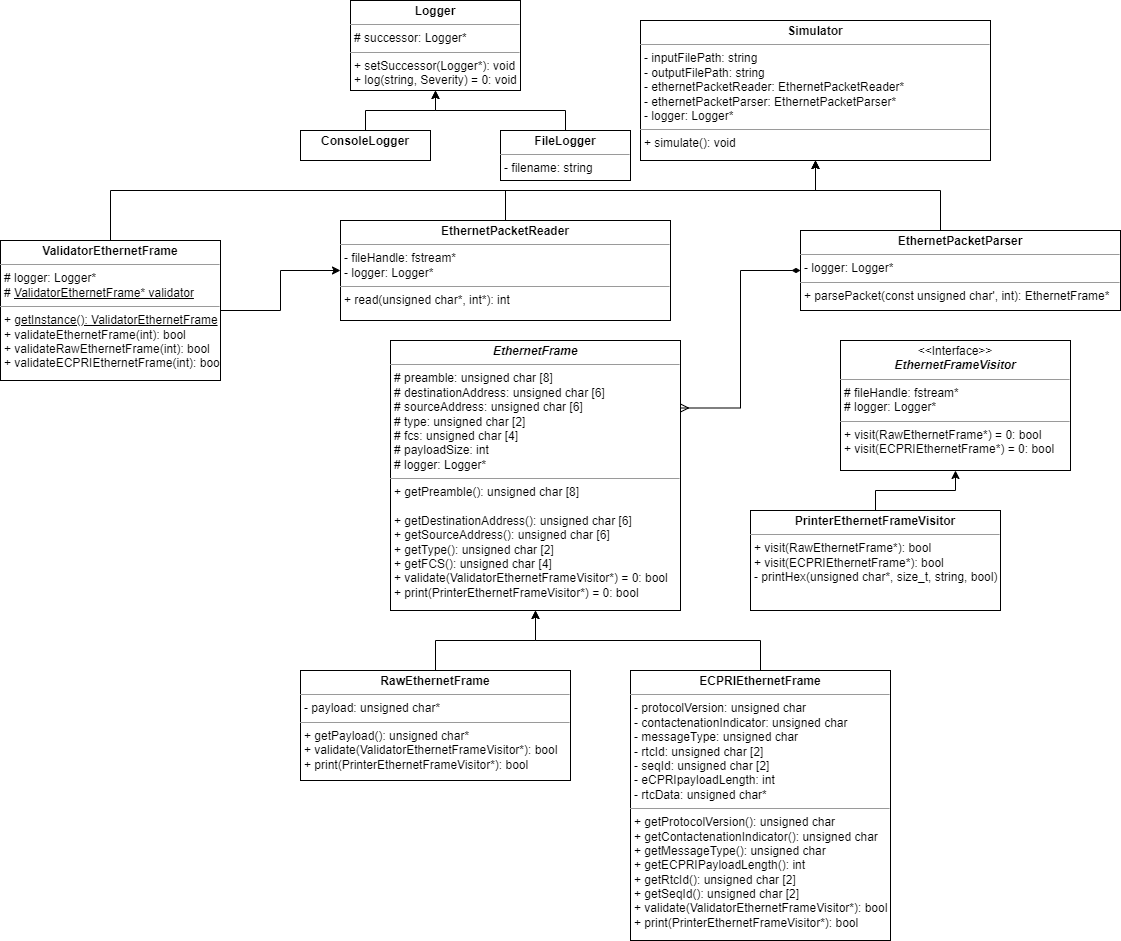
This is 5G-Analyzer.drawio.png from AhmedAlaa2024/Siemens-EDA-OOP-5G-Analyzer-Emulator, a draw.io export, as it was before one commit. Source tidied: cells renumbered, new cells last; positions are measured from the earlier drawing's top-left corner, leaving out a move shared by most shapes.
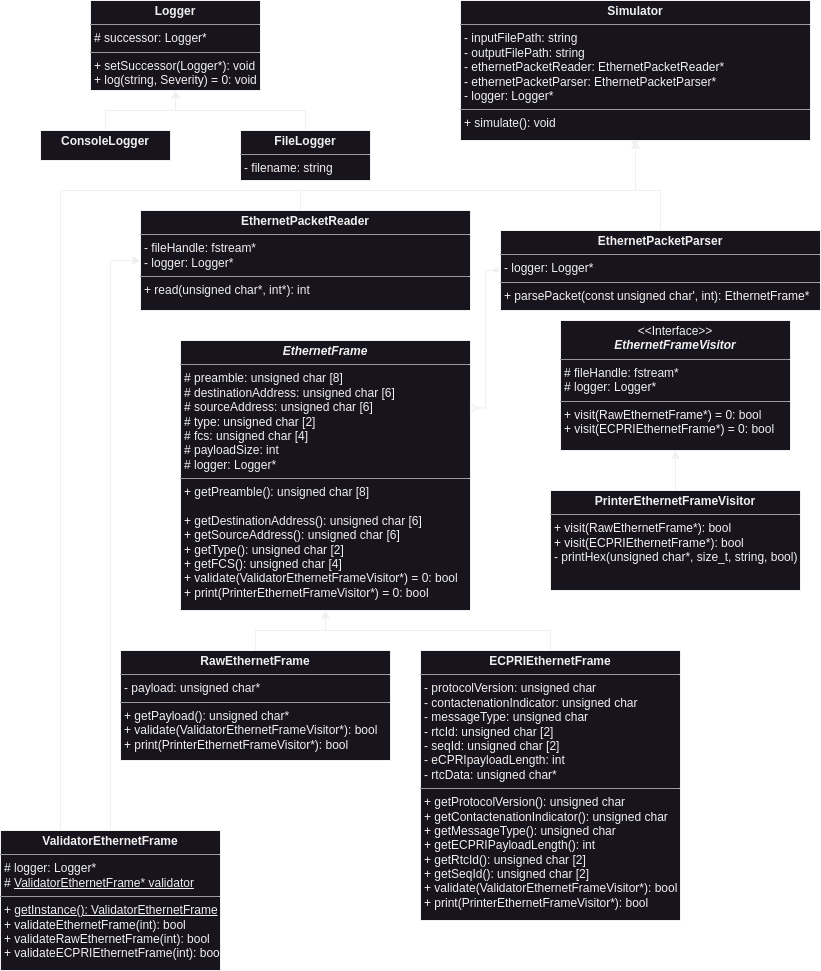
Later version of the same file.

Commit message:
Edit the organization of the UML

Change to the diagram source:
```diff
@@ -1,78 +1,75 @@
-<mxGraphModel background="#ffffff">
+<mxGraphModel background="#0D0D0D">
   <root>
     <mxCell id="0" />
     <mxCell id="1" parent="0" />
     <mxCell id="2" style="edgeStyle=elbowEdgeStyle;rounded=0;jettySize=auto;html=1;exitX=0;exitY=0.5;exitDx=0;exitDy=0;entryX=1;entryY=0.25;entryDx=0;entryDy=0;startArrow=diamondThin;startFill=1;endArrow=ERmany;endFill=0;" parent="1" edge="1" source="4" target="13">
       <mxGeometry relative="1" as="geometry" />
     </mxCell>
-    <mxCell id="3" style="edgeStyle=orthogonalEdgeStyle;rounded=0;jettySize=auto;html=1;entryX=0.5;entryY=1;entryDx=0;entryDy=0;" parent="1" edge="1" source="4" target="14">
+    <mxCell id="3" style="edgeStyle=orthogonalEdgeStyle;rounded=0;jettySize=auto;html=1;entryX=0.514;entryY=1;entryDx=0;entryDy=0;entryPerimeter=0;" parent="1" edge="1" source="4" target="14">
       <mxGeometry relative="1" as="geometry">
         <Array as="points">
-          <mxPoint x="940" y="190" />
-          <mxPoint x="815" y="190" />
+          <mxPoint x="960" y="190" />
+          <mxPoint x="935" y="190" />
+          <mxPoint x="935" y="140" />
         </Array>
       </mxGeometry>
     </mxCell>
     <mxCell id="4" value="&lt;p style=&quot;margin:0px;margin-top:4px;text-align:center;&quot;&gt;&lt;b&gt;EthernetPacketParser&lt;/b&gt;&lt;/p&gt;&lt;hr size=&quot;1&quot;&gt;&lt;p style=&quot;margin:0px;margin-left:4px;&quot;&gt;&lt;span style=&quot;background-color: initial;&quot;&gt;- logger: Logger*&lt;/span&gt;&lt;br&gt;&lt;/p&gt;&lt;hr size=&quot;1&quot;&gt;&lt;p style=&quot;margin:0px;margin-left:4px;&quot;&gt;+ parsePacket(const unsigned char', int): EthernetFrame*&lt;/p&gt;" style="verticalAlign=top;align=left;overflow=fill;fontSize=12;fontFamily=Helvetica;html=1;rounded=0;shadow=0;comic=0;labelBackgroundColor=none;strokeWidth=1;" parent="1" vertex="1">
       <mxGeometry x="800" y="230" width="320" height="80" as="geometry" />
     </mxCell>
-    <mxCell id="5" style="edgeStyle=orthogonalEdgeStyle;rounded=0;jettySize=auto;html=1;" parent="1" edge="1" source="6" target="14">
+    <mxCell id="5" style="edgeStyle=orthogonalEdgeStyle;rounded=0;jettySize=auto;html=1;exitX=0.5;exitY=0;exitDx=0;exitDy=0;entryX=0.5;entryY=1;entryDx=0;entryDy=0;" parent="1" edge="1" source="6" target="14">
       <mxGeometry relative="1" as="geometry">
         <Array as="points">
-          <mxPoint x="505" y="190" />
-          <mxPoint x="815" y="190" />
+          <mxPoint x="600" y="210" />
+          <mxPoint x="600" y="190" />
+          <mxPoint x="935" y="190" />
         </Array>
       </mxGeometry>
     </mxCell>
     <mxCell id="6" value="&lt;p style=&quot;margin:0px;margin-top:4px;text-align:center;&quot;&gt;&lt;b&gt;EthernetPacketReader&lt;/b&gt;&lt;/p&gt;&lt;hr size=&quot;1&quot;&gt;&lt;p style=&quot;margin:0px;margin-left:4px;&quot;&gt;- fileHandle: fstream*&lt;/p&gt;&lt;p style=&quot;margin:0px;margin-left:4px;&quot;&gt;- logger: Logger*&lt;/p&gt;&lt;hr size=&quot;1&quot;&gt;&lt;p style=&quot;margin:0px;margin-left:4px;&quot;&gt;&lt;span style=&quot;background-color: initial;&quot;&gt;+ read(unsigned char*, int*): int&lt;/span&gt;&lt;/p&gt;" style="verticalAlign=top;align=left;overflow=fill;fontSize=12;fontFamily=Helvetica;html=1;rounded=0;shadow=0;comic=0;labelBackgroundColor=none;strokeWidth=1;" parent="1" vertex="1">
-      <mxGeometry x="340" y="220" width="330" height="100" as="geometry" />
+      <mxGeometry x="440" y="210" width="330" height="100" as="geometry" />
     </mxCell>
     <mxCell id="7" value="&lt;p style=&quot;margin:0px;margin-top:4px;text-align:center;&quot;&gt;&lt;b&gt;Logger&lt;/b&gt;&lt;/p&gt;&lt;hr size=&quot;1&quot;&gt;&lt;p style=&quot;margin:0px;margin-left:4px;&quot;&gt;# successor: Logger*&lt;/p&gt;&lt;hr size=&quot;1&quot;&gt;&lt;p style=&quot;margin:0px;margin-left:4px;&quot;&gt;&lt;span style=&quot;background-color: initial;&quot;&gt;+ setSuccessor(Logger*): void&lt;/span&gt;&lt;/p&gt;&lt;p style=&quot;margin:0px;margin-left:4px;&quot;&gt;&lt;span style=&quot;background-color: initial;&quot;&gt;+ log(string, Severity) = 0: void&lt;/span&gt;&lt;/p&gt;" style="verticalAlign=top;align=left;overflow=fill;fontSize=12;fontFamily=Helvetica;html=1;rounded=0;shadow=0;comic=0;labelBackgroundColor=none;strokeWidth=1;" parent="1" vertex="1">
-      <mxGeometry x="350" width="170" height="90" as="geometry" />
+      <mxGeometry x="390" width="170" height="90" as="geometry" />
     </mxCell>
     <mxCell id="8" style="edgeStyle=orthogonalEdgeStyle;rounded=0;jettySize=auto;html=1;entryX=0.5;entryY=1;entryDx=0;entryDy=0;" parent="1" edge="1" source="9" target="15">
       <mxGeometry relative="1" as="geometry" />
     </mxCell>
     <mxCell id="9" value="&lt;p style=&quot;margin:0px;margin-top:4px;text-align:center;&quot;&gt;&lt;b&gt;PrinterEthernetFrameVisitor&lt;/b&gt;&lt;/p&gt;&lt;hr size=&quot;1&quot;&gt;&lt;p style=&quot;margin:0px;margin-left:4px;&quot;&gt;&lt;span style=&quot;background-color: initial;&quot;&gt;+ visit(RawEthernetFrame*): bool&lt;/span&gt;&lt;br&gt;&lt;/p&gt;&lt;p style=&quot;margin: 0px 0px 0px 4px;&quot;&gt;&lt;span style=&quot;background-color: initial;&quot;&gt;+ visit(ECPRIEthernetFrame*): bool&lt;/span&gt;&lt;/p&gt;&lt;p style=&quot;margin: 0px 0px 0px 4px;&quot;&gt;&lt;span style=&quot;background-color: initial;&quot;&gt;- printHex(unsigned char*, size_t, string, bool)&lt;/span&gt;&lt;/p&gt;" style="verticalAlign=top;align=left;overflow=fill;fontSize=12;fontFamily=Helvetica;html=1;rounded=0;shadow=0;comic=0;labelBackgroundColor=none;strokeWidth=1;" parent="1" vertex="1">
-      <mxGeometry x="750" y="510" width="250" height="100" as="geometry" />
+      <mxGeometry x="850" y="490" width="250" height="100" as="geometry" />
     </mxCell>
     <mxCell id="10" style="edgeStyle=orthogonalEdgeStyle;rounded=0;jettySize=auto;html=1;entryX=0.5;entryY=1;entryDx=0;entryDy=0;exitX=0.5;exitY=0;exitDx=0;exitDy=0;" parent="1" edge="1" source="20" target="13">
       <mxGeometry relative="1" as="geometry" />
     </mxCell>
-    <mxCell id="11" style="edgeStyle=orthogonalEdgeStyle;rounded=0;jettySize=auto;html=1;entryX=0.5;entryY=1;entryDx=0;entryDy=0;" parent="1" edge="1" source="12" target="13">
+    <mxCell id="11" style="edgeStyle=orthogonalEdgeStyle;rounded=0;jettySize=auto;html=1;exitX=0.5;exitY=0;exitDx=0;exitDy=0;" parent="1" edge="1" source="12" target="13">
       <mxGeometry relative="1" as="geometry" />
     </mxCell>
     <mxCell id="12" value="&lt;p style=&quot;margin:0px;margin-top:4px;text-align:center;&quot;&gt;&lt;b&gt;ECPRIEthernetFrame&lt;/b&gt;&lt;br&gt;&lt;/p&gt;&lt;hr size=&quot;1&quot;&gt;&lt;p style=&quot;margin: 0px 0px 0px 4px;&quot;&gt;- protocolVersion: unsigned char&lt;/p&gt;&lt;p style=&quot;margin: 0px 0px 0px 4px;&quot;&gt;- contactenationIndicator: unsigned char&lt;br&gt;&lt;/p&gt;&lt;p style=&quot;margin: 0px 0px 0px 4px;&quot;&gt;- messageType: unsigned char&lt;/p&gt;&lt;p style=&quot;margin: 0px 0px 0px 4px;&quot;&gt;- rtcId: unsigned char [2]&lt;/p&gt;&lt;p style=&quot;margin: 0px 0px 0px 4px;&quot;&gt;- seqId: unsigned char [2]&lt;/p&gt;&lt;p style=&quot;margin: 0px 0px 0px 4px;&quot;&gt;- eCPRIpayloadLength: int&lt;/p&gt;&lt;p style=&quot;margin: 0px 0px 0px 4px;&quot;&gt;- rtcData: unsigned char*&lt;/p&gt;&lt;hr size=&quot;1&quot;&gt;&lt;p style=&quot;margin:0px;margin-left:4px;&quot;&gt;&lt;span style=&quot;background-color: initial;&quot;&gt;+ getProtocolVersion(): unsigned char&lt;/span&gt;&lt;/p&gt;&lt;p style=&quot;margin:0px;margin-left:4px;&quot;&gt;+ getContactenationIndicator(): unsigned char&lt;span style=&quot;background-color: initial;&quot;&gt;&lt;br&gt;&lt;/span&gt;&lt;/p&gt;&lt;p style=&quot;margin:0px;margin-left:4px;&quot;&gt;&lt;span style=&quot;background-color: initial;&quot;&gt;+ getMessageType(): unsigned char&lt;/span&gt;&lt;/p&gt;&lt;p style=&quot;margin:0px;margin-left:4px;&quot;&gt;&lt;span style=&quot;background-color: initial;&quot;&gt;+ getECPRIPayloadLength(): int&lt;/span&gt;&lt;/p&gt;&lt;p style=&quot;margin:0px;margin-left:4px;&quot;&gt;&lt;span style=&quot;background-color: initial;&quot;&gt;+ getRtcId(): unsigned char [2]&lt;/span&gt;&lt;/p&gt;&lt;p style=&quot;margin:0px;margin-left:4px;&quot;&gt;&lt;span style=&quot;background-color: initial;&quot;&gt;+ getSeqId(): unsigned char [2]&lt;/span&gt;&lt;/p&gt;&lt;p style=&quot;border-color: var(--border-color); margin: 0px 0px 0px 4px;&quot;&gt;+ validate(ValidatorEthernetFrameVisitor*): bool&lt;br style=&quot;border-color: var(--border-color);&quot;&gt;&lt;/p&gt;&lt;p style=&quot;border-color: var(--border-color); margin: 0px 0px 0px 4px;&quot;&gt;+ print(PrinterEthernetFrameVisitor*): bool&lt;/p&gt;" style="verticalAlign=top;align=left;overflow=fill;fontSize=12;fontFamily=Helvetica;html=1;rounded=0;shadow=0;comic=0;labelBackgroundColor=none;strokeWidth=1;" parent="1" vertex="1">
-      <mxGeometry x="630" y="670" width="260" height="270" as="geometry" />
+      <mxGeometry x="720" y="650" width="260" height="270" as="geometry" />
     </mxCell>
     <mxCell id="13" value="&lt;p style=&quot;margin:0px;margin-top:4px;text-align:center;&quot;&gt;&lt;b style=&quot;background-color: initial;&quot;&gt;&lt;i&gt;EthernetFrame&lt;/i&gt;&lt;/b&gt;&lt;br&gt;&lt;/p&gt;&lt;hr size=&quot;1&quot;&gt;&lt;p style=&quot;margin: 0px 0px 0px 4px;&quot;&gt;&lt;span style=&quot;background-color: initial;&quot;&gt;# preamble: unsigned char [8]&lt;/span&gt;&lt;/p&gt;&lt;p style=&quot;margin: 0px 0px 0px 4px;&quot;&gt;&lt;span style=&quot;background-color: initial;&quot;&gt;# destinationAddress: unsigned char [6]&lt;/span&gt;&lt;br&gt;&lt;/p&gt;&lt;p style=&quot;margin: 0px 0px 0px 4px;&quot;&gt;&lt;span style=&quot;background-color: initial;&quot;&gt;# sourceAddress: unsigned char [6]&lt;/span&gt;&lt;/p&gt;&lt;p style=&quot;margin: 0px 0px 0px 4px;&quot;&gt;&lt;span style=&quot;background-color: initial;&quot;&gt;# type: unsigned char [2]&lt;/span&gt;&lt;/p&gt;&lt;p style=&quot;margin: 0px 0px 0px 4px;&quot;&gt;&lt;span style=&quot;background-color: initial;&quot;&gt;# fcs: unsigned char [4]&lt;/span&gt;&lt;/p&gt;&lt;p style=&quot;margin: 0px 0px 0px 4px;&quot;&gt;# payloadSize: int&lt;span style=&quot;background-color: initial;&quot;&gt;&lt;br&gt;&lt;/span&gt;&lt;/p&gt;&lt;p style=&quot;margin: 0px 0px 0px 4px;&quot;&gt;&lt;span style=&quot;background-color: initial;&quot;&gt;# logger: Logger*&lt;/span&gt;&lt;/p&gt;&lt;hr size=&quot;1&quot;&gt;&lt;p style=&quot;margin:0px;margin-left:4px;&quot;&gt;&lt;span style=&quot;background-color: initial;&quot;&gt;+ getPreamble(): unsigned char [8]&lt;/span&gt;&lt;/p&gt;&lt;p style=&quot;margin:0px;margin-left:4px;&quot;&gt;&lt;span style=&quot;background-color: initial;&quot;&gt;&lt;br&gt;&lt;/span&gt;&lt;/p&gt;&lt;p style=&quot;margin:0px;margin-left:4px;&quot;&gt;&lt;span style=&quot;background-color: initial;&quot;&gt;+ getDestinationAddress(): unsigned char [6]&lt;/span&gt;&lt;br&gt;&lt;/p&gt;&lt;p style=&quot;margin:0px;margin-left:4px;&quot;&gt;+ getSourceAddress(): unsigned char [6]&lt;/p&gt;&lt;p style=&quot;margin:0px;margin-left:4px;&quot;&gt;+ getType(): unsigned char [2]&lt;/p&gt;&lt;p style=&quot;margin:0px;margin-left:4px;&quot;&gt;+ getFCS(): unsigned char [4]&lt;/p&gt;&lt;p style=&quot;margin:0px;margin-left:4px;&quot;&gt;+ validate(ValidatorEthernetFrameVisitor*) = 0: bool&lt;/p&gt;&lt;p style=&quot;margin:0px;margin-left:4px;&quot;&gt;+ print(PrinterEthernetFrameVisitor*) = 0: bool&lt;/p&gt;" style="verticalAlign=top;align=left;overflow=fill;fontSize=12;fontFamily=Helvetica;html=1;rounded=0;shadow=0;comic=0;labelBackgroundColor=none;strokeWidth=1;" parent="1" vertex="1">
-      <mxGeometry x="390" y="340" width="290" height="270" as="geometry" />
+      <mxGeometry x="480" y="340" width="290" height="270" as="geometry" />
     </mxCell>
     <mxCell id="14" value="&lt;p style=&quot;margin:0px;margin-top:4px;text-align:center;&quot;&gt;&lt;b&gt;Simulator&lt;/b&gt;&lt;/p&gt;&lt;hr size=&quot;1&quot;&gt;&lt;p style=&quot;margin: 0px 0px 0px 4px;&quot;&gt;- inputFilePath: string&lt;/p&gt;&lt;p style=&quot;margin: 0px 0px 0px 4px;&quot;&gt;- outputFilePath: string&lt;/p&gt;&lt;p style=&quot;margin: 0px 0px 0px 4px;&quot;&gt;- ethernetPacketReader: EthernetPacketReader*&lt;/p&gt;&lt;p style=&quot;margin: 0px 0px 0px 4px;&quot;&gt;- ethernetPacketParser: EthernetPacketParser*&lt;/p&gt;&lt;p style=&quot;margin: 0px 0px 0px 4px;&quot;&gt;- logger: Logger*&lt;/p&gt;&lt;hr size=&quot;1&quot;&gt;&lt;p style=&quot;margin:0px;margin-left:4px;&quot;&gt;&lt;span style=&quot;background-color: initial;&quot;&gt;+ simulate(): void&lt;/span&gt;&lt;/p&gt;" style="verticalAlign=top;align=left;overflow=fill;fontSize=12;fontFamily=Helvetica;html=1;rounded=0;shadow=0;comic=0;labelBackgroundColor=none;strokeWidth=1;" parent="1" vertex="1">
-      <mxGeometry x="640" y="20" width="350" height="140" as="geometry" />
+      <mxGeometry x="760" width="350" height="140" as="geometry" />
     </mxCell>
     <mxCell id="15" value="&lt;p style=&quot;margin:0px;margin-top:4px;text-align:center;&quot;&gt;&amp;lt;&amp;lt;Interface&amp;gt;&amp;gt;&lt;b&gt;&lt;i&gt;&lt;br&gt;EthernetFrameVisitor&lt;/i&gt;&lt;/b&gt;&lt;/p&gt;&lt;hr size=&quot;1&quot;&gt;&lt;p style=&quot;margin:0px;margin-left:4px;&quot;&gt;# fileHandle: fstream*&lt;/p&gt;&lt;p style=&quot;margin:0px;margin-left:4px;&quot;&gt;# logger: Logger*&lt;/p&gt;&lt;hr size=&quot;1&quot;&gt;&lt;p style=&quot;margin:0px;margin-left:4px;&quot;&gt;&lt;span style=&quot;background-color: initial;&quot;&gt;+ visit(RawEthernetFrame*) = 0: bool&lt;/span&gt;&lt;br&gt;&lt;/p&gt;&lt;p style=&quot;margin: 0px 0px 0px 4px;&quot;&gt;+ visit(ECPRIEthernetFrame*) = 0&lt;span style=&quot;background-color: initial;&quot;&gt;: bool&lt;/span&gt;&lt;/p&gt;" style="verticalAlign=top;align=left;overflow=fill;fontSize=12;fontFamily=Helvetica;html=1;rounded=0;shadow=0;comic=0;labelBackgroundColor=none;strokeWidth=1;" parent="1" vertex="1">
-      <mxGeometry x="840" y="340" width="230" height="130" as="geometry" />
+      <mxGeometry x="860" y="320" width="230" height="130" as="geometry" />
     </mxCell>
     <mxCell id="16" style="edgeStyle=orthogonalEdgeStyle;rounded=0;jettySize=auto;html=1;entryX=0.5;entryY=1;entryDx=0;entryDy=0;" parent="1" edge="1" source="17" target="7">
       <mxGeometry relative="1" as="geometry" />
     </mxCell>
     <mxCell id="17" value="&lt;p style=&quot;margin:0px;margin-top:4px;text-align:center;&quot;&gt;&lt;b&gt;ConsoleLogger&lt;/b&gt;&lt;/p&gt;" style="verticalAlign=top;align=left;overflow=fill;fontSize=12;fontFamily=Helvetica;html=1;rounded=0;shadow=0;comic=0;labelBackgroundColor=none;strokeWidth=1;" parent="1" vertex="1">
-      <mxGeometry x="300" y="130" width="130" height="30" as="geometry" />
+      <mxGeometry x="340" y="130" width="130" height="30" as="geometry" />
     </mxCell>
     <mxCell id="18" style="edgeStyle=orthogonalEdgeStyle;rounded=0;jettySize=auto;html=1;entryX=0.5;entryY=1;entryDx=0;entryDy=0;" parent="1" edge="1" source="19" target="7">
-      <mxGeometry relative="1" as="geometry">
-        <Array as="points">
-          <mxPoint x="565" y="110" />
-          <mxPoint x="435" y="110" />
-        </Array>
-      </mxGeometry>
+      <mxGeometry relative="1" as="geometry" />
     </mxCell>
     <mxCell id="19" value="&lt;p style=&quot;margin:0px;margin-top:4px;text-align:center;&quot;&gt;&lt;b&gt;FileLogger&lt;/b&gt;&lt;/p&gt;&lt;hr size=&quot;1&quot;&gt;&lt;p style=&quot;margin:0px;margin-left:4px;&quot;&gt;- filename: string&lt;/p&gt;" style="verticalAlign=top;align=left;overflow=fill;fontSize=12;fontFamily=Helvetica;html=1;rounded=0;shadow=0;comic=0;labelBackgroundColor=none;strokeWidth=1;" parent="1" vertex="1">
-      <mxGeometry x="500" y="130" width="130" height="50" as="geometry" />
+      <mxGeometry x="540" y="130" width="130" height="50" as="geometry" />
     </mxCell>
     <mxCell id="20" value="&lt;p style=&quot;margin:0px;margin-top:4px;text-align:center;&quot;&gt;&lt;b&gt;RawEthernetFrame&lt;/b&gt;&lt;/p&gt;&lt;hr size=&quot;1&quot;&gt;&lt;p style=&quot;margin: 0px 0px 0px 4px;&quot;&gt;- payload: unsigned char*&lt;br&gt;&lt;/p&gt;&lt;hr size=&quot;1&quot;&gt;&lt;p style=&quot;margin:0px;margin-left:4px;&quot;&gt;&lt;span style=&quot;background-color: initial;&quot;&gt;+ getPayload(): unsigned char*&lt;br&gt;&lt;/span&gt;&lt;/p&gt;&lt;p style=&quot;margin: 0px 0px 0px 4px;&quot;&gt;+ validate(ValidatorEthernetFrameVisitor*): bool&lt;br&gt;&lt;/p&gt;&lt;p style=&quot;margin: 0px 0px 0px 4px;&quot;&gt;+ print(PrinterEthernetFrameVisitor*): bool&lt;/p&gt;" style="verticalAlign=top;align=left;overflow=fill;fontSize=12;fontFamily=Helvetica;html=1;rounded=0;shadow=0;comic=0;labelBackgroundColor=none;strokeWidth=1;" parent="1" vertex="1">
-      <mxGeometry x="300" y="670" width="270" height="110" as="geometry" />
+      <mxGeometry x="420" y="650" width="270" height="110" as="geometry" />
     </mxCell>
     <mxCell id="21" style="edgeStyle=orthogonalEdgeStyle;rounded=0;jettySize=auto;html=1;entryX=0;entryY=0.5;entryDx=0;entryDy=0;" parent="1" edge="1" source="23" target="6">
       <mxGeometry relative="1" as="geometry" />
@@ -80,13 +77,13 @@
     <mxCell id="22" style="edgeStyle=orthogonalEdgeStyle;rounded=0;jettySize=auto;html=1;entryX=0.5;entryY=1;entryDx=0;entryDy=0;exitX=0.5;exitY=0;exitDx=0;exitDy=0;" parent="1" edge="1" source="23" target="14">
       <mxGeometry relative="1" as="geometry">
         <Array as="points">
-          <mxPoint x="110" y="190" />
-          <mxPoint x="815" y="190" />
+          <mxPoint x="360" y="190" />
+          <mxPoint x="935" y="190" />
         </Array>
       </mxGeometry>
     </mxCell>
     <mxCell id="23" value="&lt;p style=&quot;margin:0px;margin-top:4px;text-align:center;&quot;&gt;&lt;b&gt;ValidatorEthernetFrame&lt;/b&gt;&lt;/p&gt;&lt;hr size=&quot;1&quot;&gt;&lt;p style=&quot;margin:0px;margin-left:4px;&quot;&gt;&lt;span style=&quot;background-color: initial;&quot;&gt;# logger: Logger*&lt;br&gt;&lt;/span&gt;# &lt;u&gt;ValidatorEthernetFrame* validator&lt;/u&gt;&lt;/p&gt;&lt;hr size=&quot;1&quot;&gt;&lt;p style=&quot;margin:0px;margin-left:4px;&quot;&gt;+ &lt;u&gt;getInstance(): ValidatorEthernetFrame&lt;/u&gt;&lt;/p&gt;&lt;p style=&quot;margin:0px;margin-left:4px;&quot;&gt;+ validateEthernetFrame(int): bool&lt;/p&gt;&lt;p style=&quot;margin:0px;margin-left:4px;&quot;&gt;+ validateRawEthernetFrame(int): bool&lt;br&gt;&lt;/p&gt;&lt;p style=&quot;margin:0px;margin-left:4px;&quot;&gt;+ validateECPRIEthernetFrame(int): bool&lt;br&gt;&lt;/p&gt;" style="verticalAlign=top;align=left;overflow=fill;fontSize=12;fontFamily=Helvetica;html=1;rounded=0;shadow=0;comic=0;labelBackgroundColor=none;strokeWidth=1;" parent="1" vertex="1">
-      <mxGeometry y="240" width="220" height="140" as="geometry" />
+      <mxGeometry x="300" y="830" width="220" height="140" as="geometry" />
     </mxCell>
   </root>
 </mxGraphModel>
```
